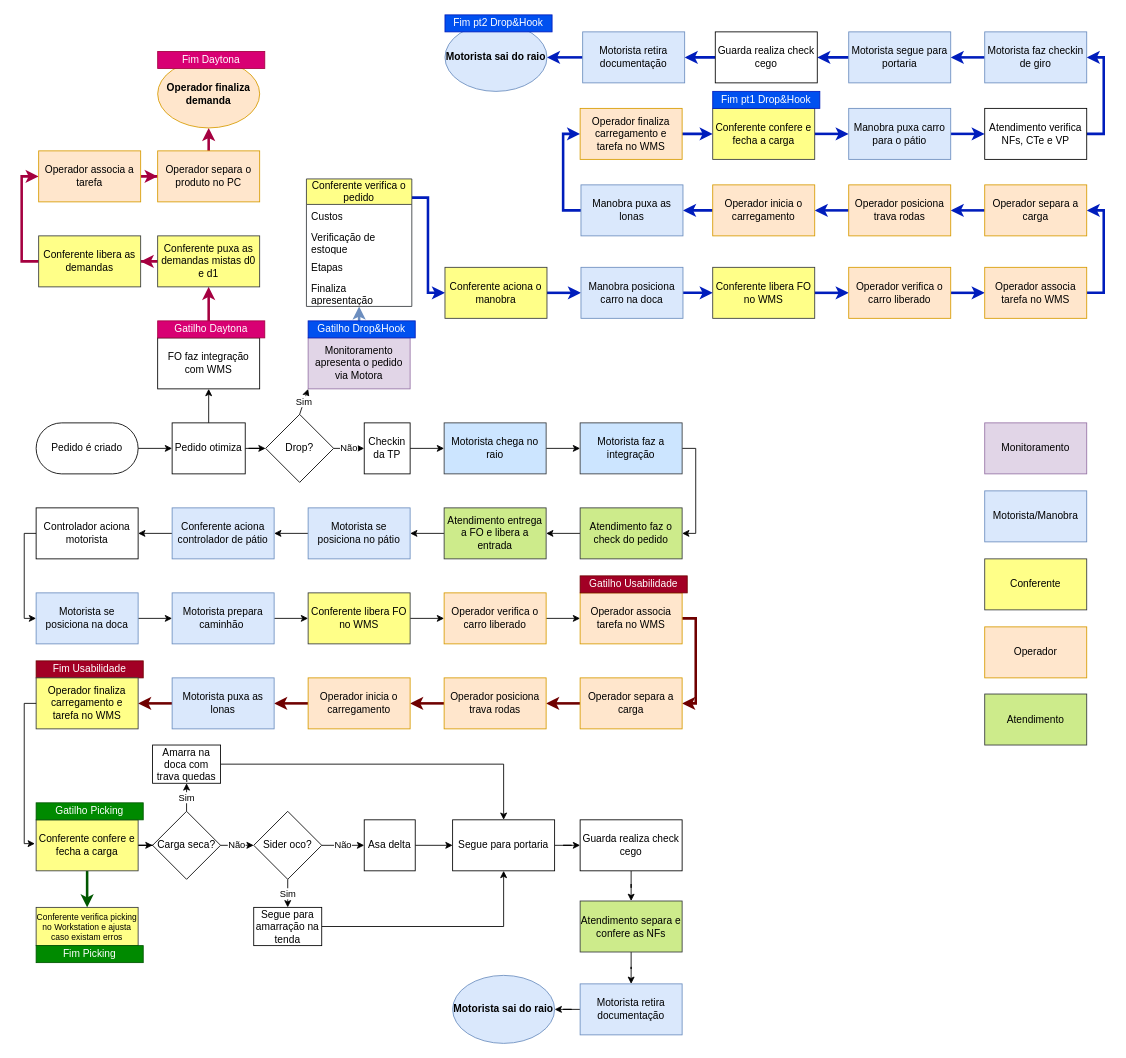
The draw.io diagram WMS - Carregamento.drawio in VictorAlvesMatias/fluxogramas, before the edit. Source tidied: cells renumbered, new cells numbered last; positions are measured from the earlier drawing's top-left corner, leaving out a move shared by most shapes. Both pictures are drawn from the tidied source at 85%, with x=0, y=0 at pixel (24, 14).
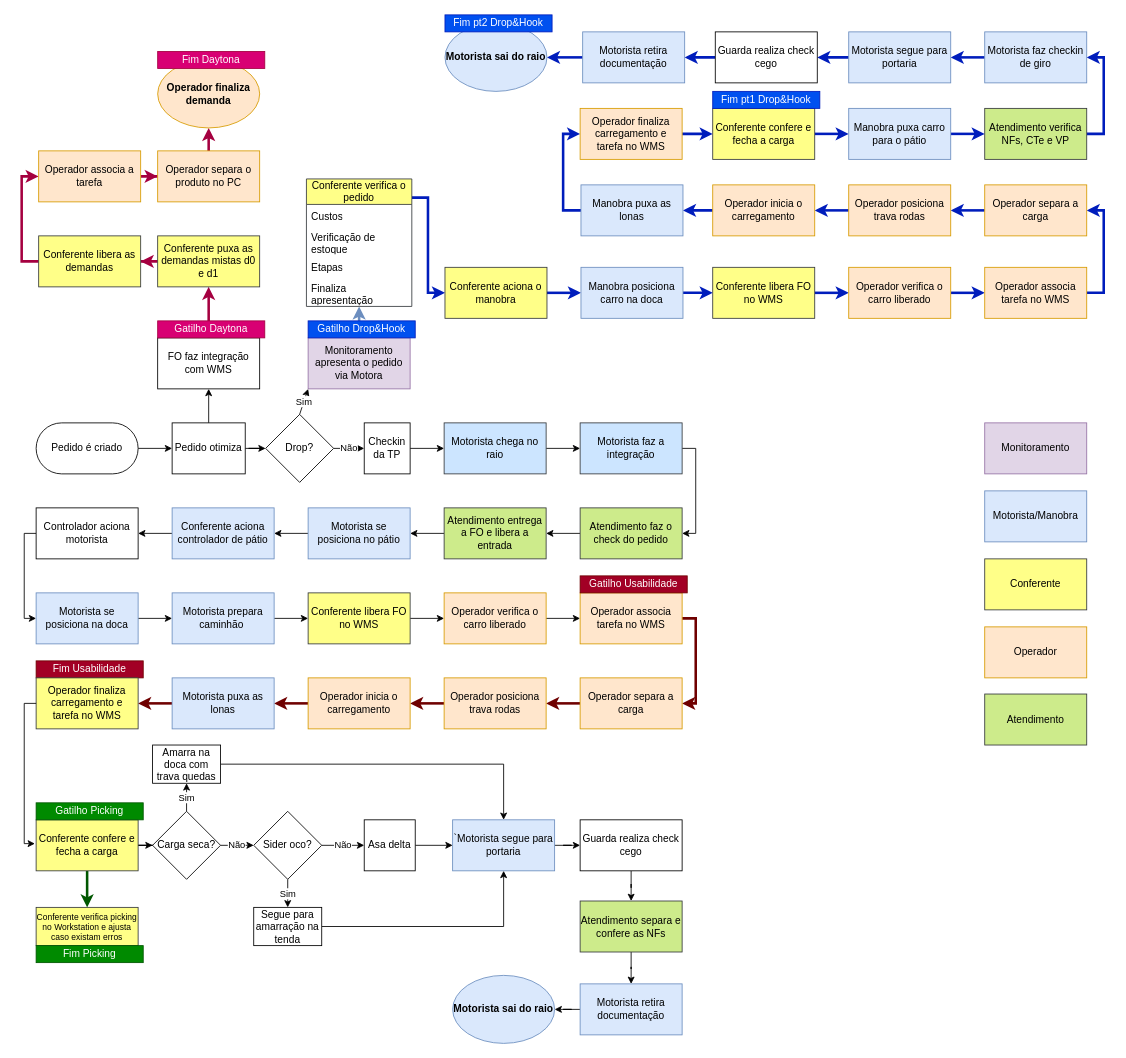
The same diagram, later.

What changed in the source:
```diff
@@
-    <mxCell id="49" value="Segue para portaria" style="rounded=0;whiteSpace=wrap;html=1;" parent="1" vertex="1">
+    <mxCell id="49" value="`Motorista segue para portaria" style="rounded=0;whiteSpace=wrap;html=1;fillColor=#dae8fc;strokeColor=#6c8ebf;" parent="1" vertex="1">
       <mxGeometry x="504" y="947" width="120" height="60" as="geometry" />
     </mxCell>
@@
-    <mxCell id="122" value="Atendimento verifica NFs, CTe e VP" style="rounded=0;whiteSpace=wrap;html=1;" parent="1" vertex="1">
+    <mxCell id="122" value="Atendimento verifica NFs, CTe e VP" style="rounded=0;whiteSpace=wrap;html=1;fillColor=#cdeb8b;strokeColor=#36393d;" parent="1" vertex="1">
       <mxGeometry x="1130" y="110" width="120" height="60" as="geometry" />
     </mxCell>
```
